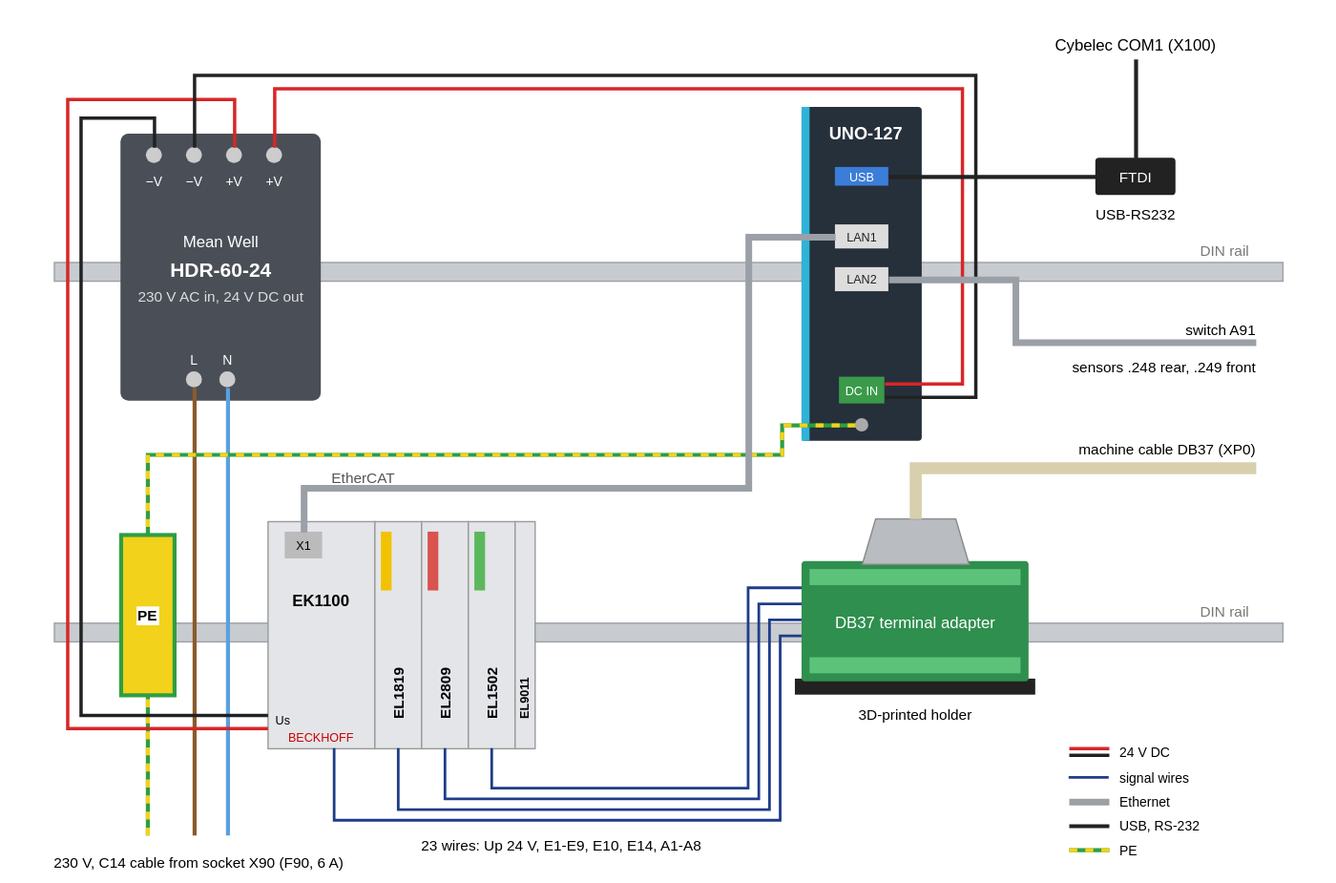
The draw.io diagram docs/cabinet.drawio.svg in deco42/lcb-retrofit, before a commit. Source tidied: cells renumbered, new cells last; positions are measured from the earlier drawing's top-left corner, leaving out a move shared by most shapes.
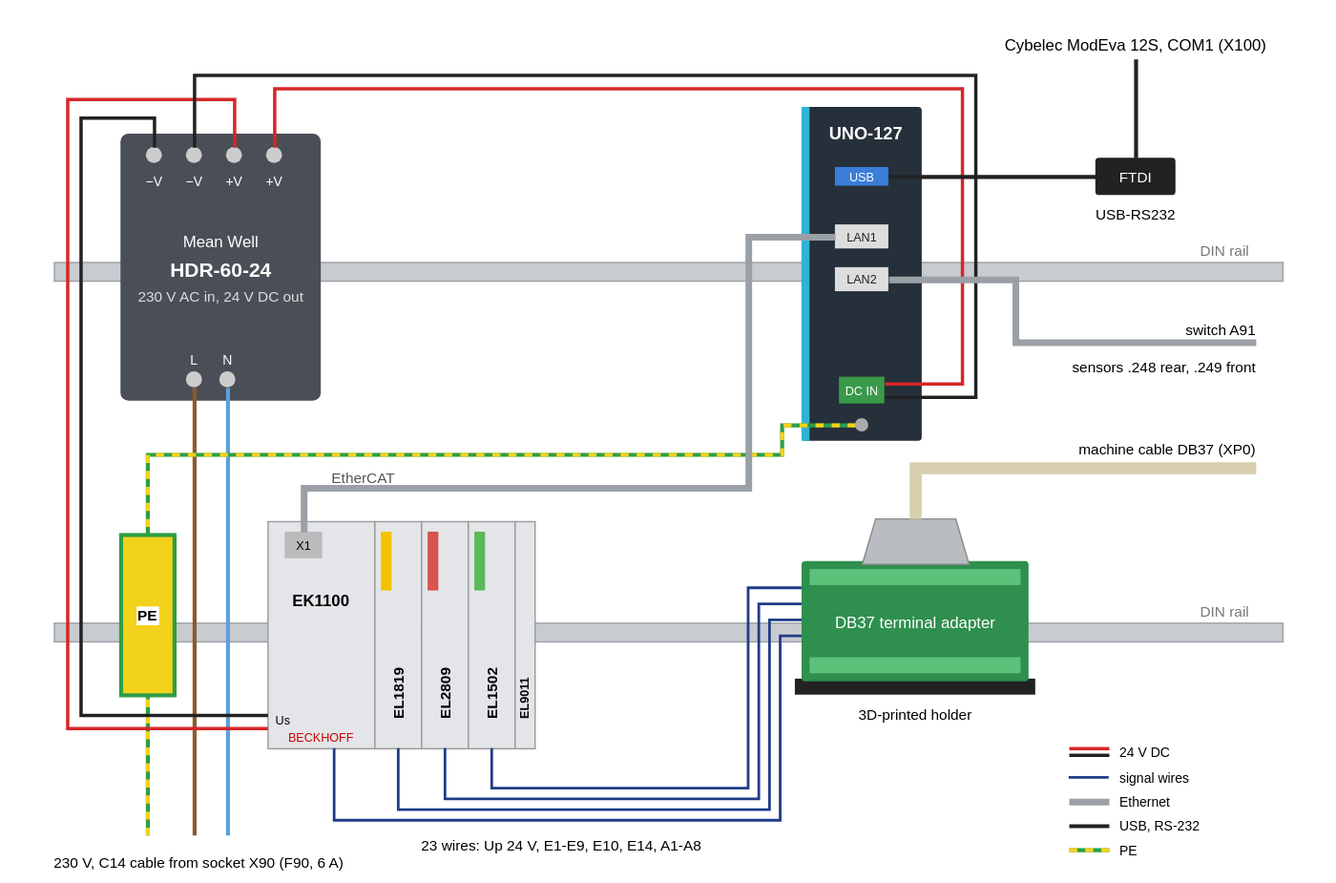
Above is the later version.

The edit, as a diff of the source:
```diff
@@ -95,8 +95,8 @@
     <mxCell id="32" value="USB-RS232" style="text;html=0;strokeColor=none;fillColor=none;spacing=0;align=center;verticalAlign=middle;fontSize=11;fontColor=#000000;fontStyle=0;" parent="1" vertex="1">
       <mxGeometry x="800" y="152" width="100" height="16" as="geometry" />
     </mxCell>
-    <mxCell id="33" value="Cybelec COM1 (X100)" style="text;html=0;strokeColor=none;fillColor=none;spacing=0;align=center;verticalAlign=middle;fontSize=12;fontColor=#000000;fontStyle=0;" parent="1" vertex="1">
-      <mxGeometry x="760" y="24" width="180" height="18" as="geometry" />
+    <mxCell id="33" value="Cybelec ModEva 12S, COM1 (X100)" style="text;html=0;strokeColor=none;fillColor=none;spacing=0;align=center;verticalAlign=middle;fontSize=12;fontColor=#000000;fontStyle=0;" parent="1" vertex="1">
+      <mxGeometry x="740" y="24" width="220" height="18" as="geometry" />
     </mxCell>
     <mxCell id="34" value="PE" style="rounded=0;html=0;fillColor=#f2d21b;strokeColor=#2e9e44;strokeWidth=3;fontStyle=1;fontSize=11;labelBackgroundColor=#ffffff;" parent="1" vertex="1">
       <mxGeometry x="90" y="400" width="40" height="120" as="geometry" />
```
